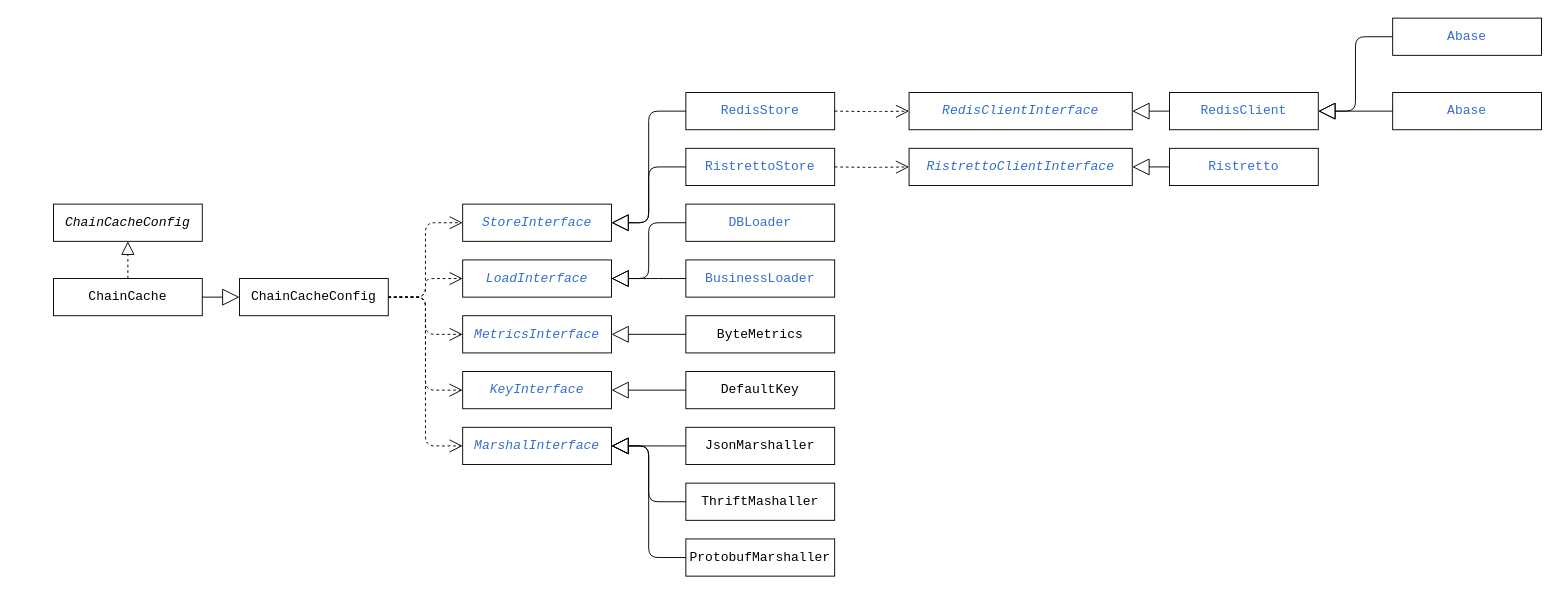
Before: 多级缓存.drawio in Wang-Jun-Chao/diagrams, a draw.io diagram. Source tidied: cells renumbered, new cells numbered last; positions are measured from the earlier drawing's top-left corner, leaving out a move shared by most shapes. Both pictures are drawn from the tidied source at 93%, with x=0, y=0 at pixel (53, 18).
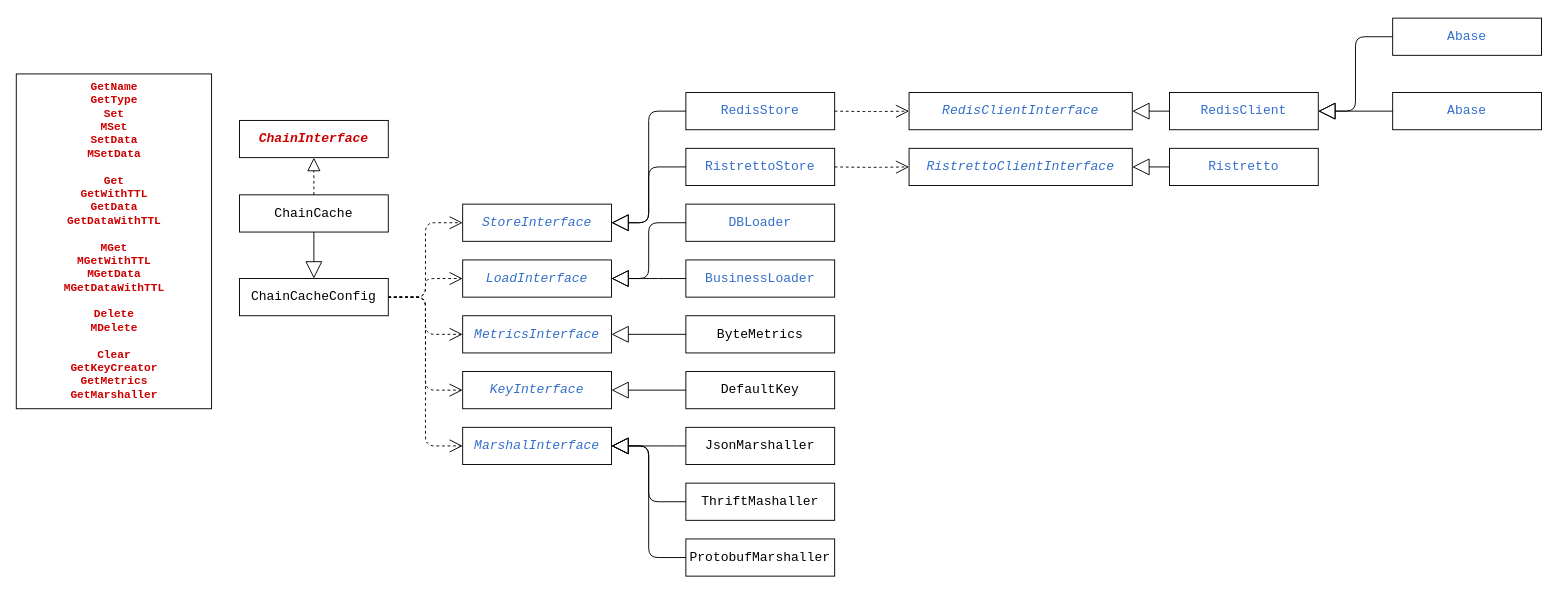
The same page after the edit.

The change refers to these unchanged cells:
```xml
<mxCell id="5" value="&lt;pre style=&quot;background-color: rgb(255 , 255 , 255) ; font-family: &amp;#34;courier&amp;#34; , monospace ; font-size: 10.5pt&quot;&gt;&lt;pre style=&quot;font-family: &amp;#34;courier&amp;#34; , monospace ; font-size: 10.5pt&quot;&gt;ChainCacheConfig&lt;/pre&gt;&lt;/pre&gt;" style="rounded=0;whiteSpace=wrap;html=1;" parent="1" vertex="1">
  <mxGeometry x="200" y="280" width="160" height="40" as="geometry" />
</mxCell>
```

Change to the diagram source:
```diff
@@
-    <mxCell id="2" value="&lt;pre style=&quot;background-color: rgb(255 , 255 , 255) ; font-family: &amp;quot;courier&amp;quot; , monospace ; font-size: 10.5pt&quot;&gt;ChainCacheConfig&lt;/pre&gt;" style="rounded=0;whiteSpace=wrap;html=1;fontStyle=2;" parent="1" vertex="1">
-      <mxGeometry y="200" width="160" height="40" as="geometry" />
+    <mxCell id="2" value="&lt;pre style=&quot;background-color: rgb(255 , 255 , 255) ; font-family: &amp;quot;courier&amp;quot; , monospace ; font-size: 10.5pt&quot;&gt;ChainInterface&lt;/pre&gt;" style="rounded=0;whiteSpace=wrap;html=1;fontStyle=3;fontColor=#CC0000;" parent="1" vertex="1">
+      <mxGeometry x="200" y="110" width="160" height="40" as="geometry" />
     </mxCell>
     <mxCell id="3" value="&lt;pre style=&quot;background-color: rgb(255 , 255 , 255) ; font-family: &amp;#34;courier&amp;#34; , monospace ; font-size: 10.5pt&quot;&gt;ChainCache&lt;/pre&gt;" style="rounded=0;whiteSpace=wrap;html=1;" parent="1" vertex="1">
-      <mxGeometry y="280" width="160" height="40" as="geometry" />
+      <mxGeometry x="200" y="190" width="160" height="40" as="geometry" />
     </mxCell>
@@
-    <mxCell id="6" style="endArrow=block;endSize=16;endFill=0;html=1;" parent="1" edge="1">
-      <mxGeometry relative="1" as="geometry">
-        <mxPoint x="160" y="300" as="sourcePoint" />
-        <mxPoint x="200" y="300" as="targetPoint" />
-      </mxGeometry>
+    <mxCell id="6" style="endArrow=block;endSize=16;endFill=0;html=1;entryX=0.5;entryY=0;entryDx=0;entryDy=0;exitX=0.5;exitY=1;exitDx=0;exitDy=0;" parent="1" edge="1" source="3" target="5">
+      <mxGeometry relative="1" as="geometry" />
     </mxCell>
@@
+    <mxCell id="47" value="&lt;div style=&quot;font-size: 12px;&quot;&gt;&lt;span style=&quot;font-size: 12px;&quot;&gt; &lt;/span&gt;GetName&lt;/div&gt;&lt;div style=&quot;font-size: 12px;&quot;&gt;&lt;span style=&quot;font-size: 12px;&quot;&gt; &lt;/span&gt;GetType&lt;/div&gt;&lt;div style=&quot;font-size: 12px;&quot;&gt;&lt;span style=&quot;font-size: 12px;&quot;&gt; &lt;/span&gt;Set&lt;/div&gt;&lt;div style=&quot;font-size: 12px;&quot;&gt;&lt;span style=&quot;font-size: 12px;&quot;&gt; &lt;/span&gt;MSet&lt;/div&gt;&lt;div style=&quot;font-size: 12px;&quot;&gt;&lt;span style=&quot;font-size: 12px;&quot;&gt; &lt;/span&gt;SetData&lt;/div&gt;&lt;div style=&quot;font-size: 12px;&quot;&gt;&lt;span style=&quot;font-size: 12px;&quot;&gt; &lt;/span&gt;MSetData&lt;/div&gt;&lt;div style=&quot;font-size: 12px;&quot;&gt;&lt;br style=&quot;font-size: 12px;&quot;&gt;&lt;/div&gt;&lt;div style=&quot;font-size: 12px;&quot;&gt;&lt;span style=&quot;font-size: 12px;&quot;&gt; &lt;/span&gt;Get&lt;/div&gt;&lt;div style=&quot;font-size: 12px;&quot;&gt;&lt;span style=&quot;font-size: 12px;&quot;&gt; &lt;/span&gt;GetWithTTL&lt;/div&gt;&lt;div style=&quot;font-size: 12px;&quot;&gt;&lt;span style=&quot;font-size: 12px;&quot;&gt; &lt;/span&gt;GetData&lt;/div&gt;&lt;div style=&quot;font-size: 12px;&quot;&gt;&lt;span style=&quot;font-size: 12px;&quot;&gt; &lt;/span&gt;GetDataWithTTL&lt;/div&gt;&lt;div style=&quot;font-size: 12px;&quot;&gt;&lt;br style=&quot;font-size: 12px;&quot;&gt;&lt;/div&gt;&lt;div style=&quot;font-size: 12px;&quot;&gt;&lt;span style=&quot;font-size: 12px;&quot;&gt; &lt;/span&gt;MGet&lt;/div&gt;&lt;div style=&quot;font-size: 12px;&quot;&gt;&lt;span style=&quot;font-size: 12px;&quot;&gt; &lt;/span&gt;MGetWithTTL&lt;/div&gt;&lt;div style=&quot;font-size: 12px;&quot;&gt;&lt;span style=&quot;font-size: 12px;&quot;&gt; &lt;/span&gt;MGetData&lt;/div&gt;&lt;div style=&quot;font-size: 12px;&quot;&gt;&lt;span style=&quot;font-size: 12px;&quot;&gt; &lt;/span&gt;MGetDataWithTTL&lt;/div&gt;&lt;div style=&quot;font-size: 12px;&quot;&gt;&lt;br style=&quot;font-size: 12px;&quot;&gt;&lt;/div&gt;&lt;div style=&quot;font-size: 12px;&quot;&gt;&lt;span style=&quot;font-size: 12px;&quot;&gt; &lt;/span&gt;Delete&lt;/div&gt;&lt;div style=&quot;font-size: 12px;&quot;&gt;&lt;span style=&quot;font-size: 12px;&quot;&gt; &lt;/span&gt;MDelete&lt;/div&gt;&lt;div style=&quot;font-size: 12px;&quot;&gt;&lt;br style=&quot;font-size: 12px;&quot;&gt;&lt;/div&gt;&lt;div style=&quot;font-size: 12px;&quot;&gt;&lt;span style=&quot;font-size: 12px;&quot;&gt; &lt;/span&gt;Clear&lt;/div&gt;&lt;div style=&quot;font-size: 12px;&quot;&gt;&lt;span style=&quot;font-size: 12px;&quot;&gt; &lt;/span&gt;GetKeyCreator&lt;/div&gt;&lt;div style=&quot;font-size: 12px;&quot;&gt;&lt;span style=&quot;font-size: 12px;&quot;&gt; &lt;/span&gt;GetMetrics&lt;/div&gt;&lt;div style=&quot;font-size: 12px;&quot;&gt;&lt;span style=&quot;font-size: 12px;&quot;&gt; &lt;/span&gt;GetMarshaller&lt;/div&gt;" style="html=1;fontColor=#CC0000;fontFamily=Courier New;fontSize=12;fontStyle=1;" parent="1" vertex="1">
+      <mxGeometry x="-40" y="60" width="210" height="360" as="geometry" />
+    </mxCell>
```
